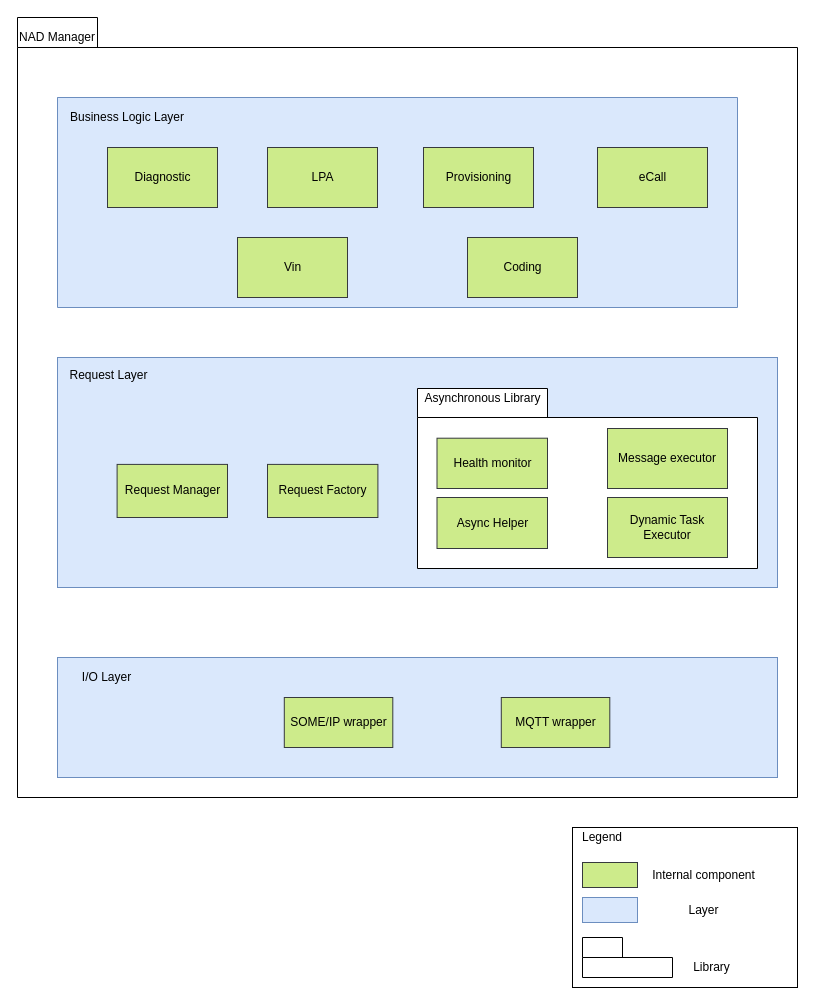
Above: page "static" (2 of 6) of doc/SA cert/Design/nadmanager.drawio in taikt/codefun (draw.io), before the change. Source tidied: cells renumbered, new cells numbered last; positions are measured from the earlier drawing's top-left corner, leaving out a move shared by most shapes. Both pictures are drawn from the tidied source at 100%, with x=0, y=0 at pixel (17, 17).
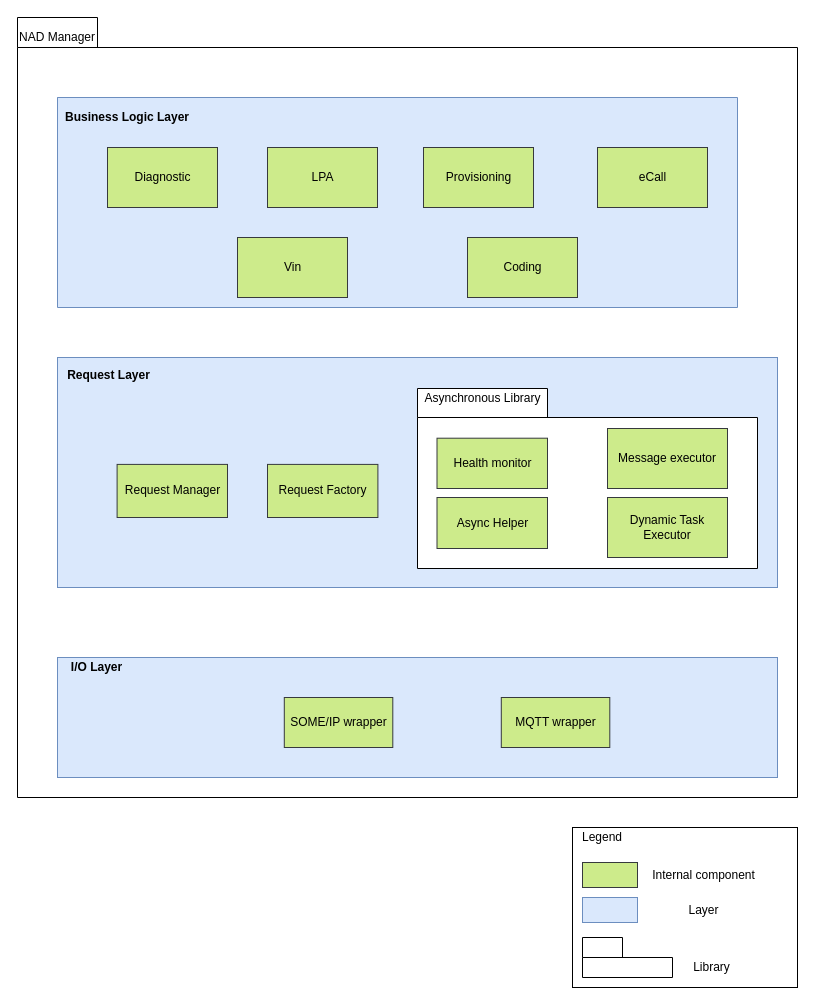
Above is the later version.

Unchanged cells that the change refers to:
```xml
<mxCell id="12" style="group;fillColor=#dae8fc;strokeColor=#6c8ebf;" parent="1" vertex="1">
  <mxGeometry x="40" y="640" width="720" height="120" as="geometry" />
</mxCell>
```

The edit, as a diff of the source:
```diff
@@
-    <mxCell id="11" value="Business Logic Layer" style="text;html=1;strokeColor=none;fillColor=none;align=center;verticalAlign=middle;whiteSpace=wrap;rounded=0;" parent="1" vertex="1">
+    <mxCell id="11" value="&lt;b&gt;Business Logic Layer&lt;/b&gt;" style="text;html=1;strokeColor=none;fillColor=none;align=center;verticalAlign=middle;whiteSpace=wrap;rounded=0;" parent="1" vertex="1">
       <mxGeometry x="40" y="90" width="140" height="20" as="geometry" />
     </mxCell>
@@
-    <mxCell id="14" value="I/O Layer" style="text;html=1;strokeColor=none;fillColor=none;align=center;verticalAlign=middle;whiteSpace=wrap;rounded=0;" parent="12" vertex="1">
-      <mxGeometry y="10" width="98.6" height="20" as="geometry" />
+    <mxCell id="14" value="&lt;b&gt;I/O Layer&lt;/b&gt;" style="text;html=1;strokeColor=none;fillColor=none;align=center;verticalAlign=middle;whiteSpace=wrap;rounded=0;" parent="12" vertex="1">
+      <mxGeometry x="-10" width="98.6" height="20" as="geometry" />
     </mxCell>
@@
-    <mxCell id="19" value="Request Layer" style="text;html=1;strokeColor=none;fillColor=none;align=center;verticalAlign=middle;whiteSpace=wrap;rounded=0;" parent="1" vertex="1">
+    <mxCell id="19" value="&lt;b&gt;Request Layer&lt;/b&gt;" style="text;html=1;strokeColor=none;fillColor=none;align=center;verticalAlign=middle;whiteSpace=wrap;rounded=0;" parent="1" vertex="1">
       <mxGeometry x="48.5" y="348.9" width="85.1" height="17.7" as="geometry" />
     </mxCell>
```
